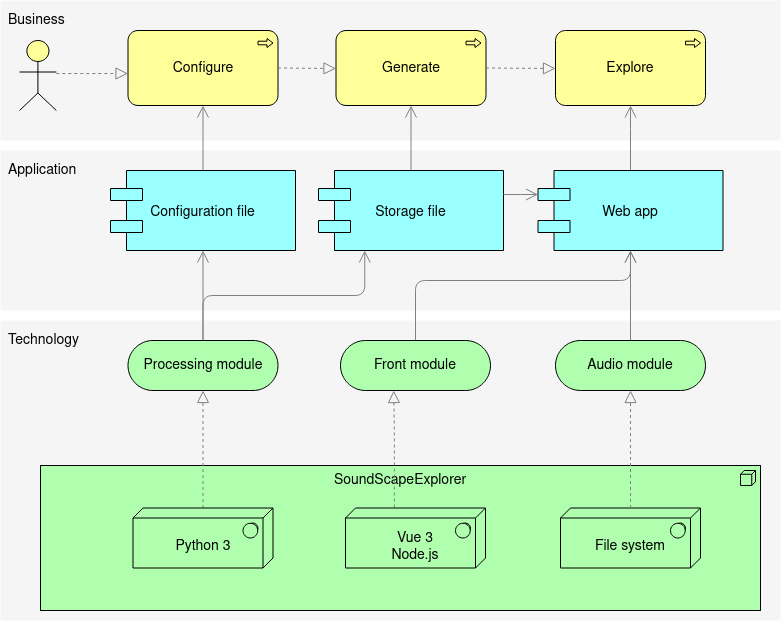
sound-scape-explorer/sound-scape-explorer keeps this draw.io diagram as assets/architecture.png. Above is the earlier version. Source tidied: cells renumbered, new cells last; positions are measured from the earlier drawing's top-left corner, leaving out a move shared by most shapes. Its diagram source:
```xml
<mxGraphModel>
  <root>
    <mxCell id="0" />
    <mxCell id="1" parent="0" />
    <mxCell id="2" style="whiteSpace=wrap;html=1;strokeColor=none;strokeWidth=1;fillColor=#f5f5f5;fontSize=14;" parent="1" vertex="1">
      <mxGeometry y="320" width="780" height="300" as="geometry" />
    </mxCell>
    <mxCell id="3" style="whiteSpace=wrap;html=1;strokeColor=none;strokeWidth=1;fillColor=#f5f5f5;fontSize=14;" parent="1" vertex="1">
      <mxGeometry y="150" width="780" height="160" as="geometry" />
    </mxCell>
    <mxCell id="4" style="whiteSpace=wrap;html=1;strokeColor=none;strokeWidth=1;fillColor=#f5f5f5;fontSize=14;" parent="1" vertex="1">
      <mxGeometry width="780" height="140" as="geometry" />
    </mxCell>
    <mxCell id="5" value="SoundScapeExplorer" style="html=1;whiteSpace=wrap;fillColor=#AFFFAF;shape=mxgraph.archimate3.application;appType=node;archiType=square;fontSize=14;verticalAlign=top;" parent="1" vertex="1">
      <mxGeometry x="40" y="465" width="720" height="145" as="geometry" />
    </mxCell>
    <mxCell id="6" style="edgeStyle=elbowEdgeStyle;rounded=1;elbow=vertical;html=1;startSize=10;endArrow=block;endFill=0;endSize=10;jettySize=auto;strokeColor=#808080;fontSize=14;dashed=1;" parent="1" edge="1" source="7" target="12">
      <mxGeometry relative="1" as="geometry" />
    </mxCell>
    <mxCell id="7" value="&lt;div&gt;&lt;br&gt;&lt;/div&gt;&lt;div&gt;Python 3&lt;br&gt;&lt;/div&gt;" style="html=1;whiteSpace=wrap;fillColor=#AFFFAF;shape=mxgraph.archimate3.tech;techType=sysSw;fontSize=14;" parent="1" vertex="1">
      <mxGeometry x="132.5" y="507.5" width="140" height="60" as="geometry" />
    </mxCell>
    <mxCell id="8" style="edgeStyle=elbowEdgeStyle;rounded=1;elbow=vertical;html=1;startSize=10;endArrow=block;endFill=0;endSize=10;jettySize=auto;strokeColor=#808080;fontSize=14;dashed=1;entryX=0.355;entryY=1.001;entryDx=0;entryDy=0;entryPerimeter=0;exitX=0.349;exitY=-0.008;exitDx=0;exitDy=0;exitPerimeter=0;" parent="1" edge="1" source="9" target="15">
      <mxGeometry relative="1" as="geometry">
        <Array as="points">
          <mxPoint x="410" y="430" />
        </Array>
      </mxGeometry>
    </mxCell>
    <mxCell id="9" value="&lt;div&gt;&lt;br&gt;&lt;/div&gt;&lt;div&gt;Vue 3&lt;/div&gt;&lt;div&gt;Node.js&lt;br&gt;&lt;/div&gt;" style="html=1;whiteSpace=wrap;fillColor=#AFFFAF;shape=mxgraph.archimate3.tech;techType=sysSw;fontSize=14;" parent="1" vertex="1">
      <mxGeometry x="345" y="507.5" width="140" height="60" as="geometry" />
    </mxCell>
    <mxCell id="10" style="edgeStyle=elbowEdgeStyle;rounded=1;elbow=vertical;html=1;startSize=10;endArrow=open;endFill=0;endSize=10;jettySize=auto;strokeColor=#808080;fontSize=14;entryX=0.25;entryY=1;" parent="1" edge="1" source="12" target="19">
      <mxGeometry relative="1" as="geometry" />
    </mxCell>
    <mxCell id="11" style="edgeStyle=elbowEdgeStyle;rounded=1;elbow=vertical;html=1;startSize=10;endArrow=open;endFill=0;endSize=10;jettySize=auto;strokeColor=#808080;fontSize=14;entryX=0.5;entryY=1;exitX=0.5;exitY=0;exitPerimeter=0;entryDx=0;entryDy=0;exitDx=0;exitDy=0;" parent="1" edge="1" source="12" target="17">
      <mxGeometry relative="1" as="geometry">
        <Array as="points">
          <mxPoint x="270" y="290" />
        </Array>
      </mxGeometry>
    </mxCell>
    <mxCell id="12" value="Processing module" style="html=1;whiteSpace=wrap;fillColor=#AFFFAF;shape=mxgraph.archimate3.service;fontSize=14;" parent="1" vertex="1">
      <mxGeometry x="127.5" y="340" width="150" height="50" as="geometry" />
    </mxCell>
    <mxCell id="13" style="edgeStyle=elbowEdgeStyle;rounded=1;elbow=vertical;html=1;startSize=10;endArrow=open;endFill=0;endSize=10;jettySize=auto;strokeColor=#808080;fontSize=14;exitX=0.5;exitY=0;exitDx=0;exitDy=0;exitPerimeter=0;entryX=0.5;entryY=1;entryDx=0;entryDy=0;" parent="1" edge="1" source="28" target="21">
      <mxGeometry relative="1" as="geometry">
        <Array as="points">
          <mxPoint x="660" y="280" />
        </Array>
      </mxGeometry>
    </mxCell>
    <mxCell id="14" style="edgeStyle=elbowEdgeStyle;rounded=1;elbow=vertical;html=1;startSize=10;endArrow=open;endFill=0;endSize=10;jettySize=auto;strokeColor=#808080;fontSize=14;entryX=0.5;entryY=1;exitX=0.5;exitY=0;exitPerimeter=0;exitDx=0;exitDy=0;" parent="1" edge="1" source="15" target="21">
      <mxGeometry relative="1" as="geometry">
        <Array as="points">
          <mxPoint x="620" y="280" />
        </Array>
      </mxGeometry>
    </mxCell>
    <mxCell id="15" value="Front module" style="html=1;whiteSpace=wrap;fillColor=#AFFFAF;shape=mxgraph.archimate3.service;fontSize=14;" parent="1" vertex="1">
      <mxGeometry x="340" y="340" width="150" height="50" as="geometry" />
    </mxCell>
    <mxCell id="16" style="edgeStyle=elbowEdgeStyle;rounded=1;elbow=vertical;html=1;startSize=10;endArrow=open;endFill=0;endSize=10;jettySize=auto;strokeColor=#808080;fontSize=14;" parent="1" edge="1" source="17" target="22">
      <mxGeometry relative="1" as="geometry" />
    </mxCell>
    <mxCell id="17" value="Configuration file" style="shape=component;align=center;fillColor=#99ffff;gradientColor=none;fontSize=14;portConstraintRotation=0;" parent="1" vertex="1">
      <mxGeometry x="110" y="170" width="185" height="80" as="geometry" />
    </mxCell>
    <mxCell id="18" style="edgeStyle=elbowEdgeStyle;rounded=1;elbow=vertical;html=1;startSize=10;endArrow=open;endFill=0;endSize=10;jettySize=auto;strokeColor=#808080;fontSize=14;" parent="1" edge="1" source="19" target="23">
      <mxGeometry relative="1" as="geometry" />
    </mxCell>
    <mxCell id="19" value="Storage file" style="shape=component;align=center;fillColor=#99ffff;gradientColor=none;fontSize=14;" parent="1" vertex="1">
      <mxGeometry x="318" y="170" width="185" height="80" as="geometry" />
    </mxCell>
    <mxCell id="20" style="edgeStyle=elbowEdgeStyle;rounded=1;elbow=vertical;html=1;startSize=10;endArrow=open;endFill=0;endSize=10;jettySize=auto;strokeColor=#808080;fontSize=14;" parent="1" edge="1" source="21" target="24">
      <mxGeometry relative="1" as="geometry" />
    </mxCell>
    <mxCell id="21" value="Web app" style="shape=component;align=center;fillColor=#99ffff;gradientColor=none;fontSize=14;" parent="1" vertex="1">
      <mxGeometry x="537.5" y="170" width="185" height="80" as="geometry" />
    </mxCell>
    <mxCell id="22" value="Configure" style="html=1;whiteSpace=wrap;fillColor=#ffff99;shape=mxgraph.archimate3.application;appType=proc;archiType=rounded;fontSize=14;" parent="1" vertex="1">
      <mxGeometry x="127.5" y="30" width="150" height="75" as="geometry" />
    </mxCell>
    <mxCell id="23" value="Generate" style="html=1;whiteSpace=wrap;fillColor=#ffff99;shape=mxgraph.archimate3.application;appType=proc;archiType=rounded;fontSize=14;" parent="1" vertex="1">
      <mxGeometry x="335.5" y="30" width="150" height="75" as="geometry" />
    </mxCell>
    <mxCell id="24" value="Explore" style="html=1;whiteSpace=wrap;fillColor=#ffff99;shape=mxgraph.archimate3.application;appType=proc;archiType=rounded;fontSize=14;" parent="1" vertex="1">
      <mxGeometry x="555" y="30" width="150" height="75" as="geometry" />
    </mxCell>
    <mxCell id="25" value="Technology" style="text;html=1;strokeColor=none;fillColor=none;align=left;verticalAlign=middle;whiteSpace=wrap;fontSize=14;" parent="1" vertex="1">
      <mxGeometry x="6" y="330" width="76" height="20" as="geometry" />
    </mxCell>
    <mxCell id="26" style="edgeStyle=elbowEdgeStyle;rounded=1;elbow=vertical;html=1;dashed=1;startSize=10;endArrow=block;endFill=0;endSize=10;jettySize=auto;strokeColor=#808080;fontSize=14;" parent="1" edge="1" source="27" target="22">
      <mxGeometry relative="1" as="geometry" />
    </mxCell>
    <mxCell id="27" style="html=1;whiteSpace=wrap;fillColor=#ffff99;shape=mxgraph.archimate3.actor;fontSize=14;" parent="1" vertex="1">
      <mxGeometry x="19" y="40" width="36.8" height="70" as="geometry" />
    </mxCell>
    <mxCell id="28" value="Audio module" style="html=1;whiteSpace=wrap;fillColor=#AFFFAF;shape=mxgraph.archimate3.service;fontSize=14;" parent="1" vertex="1">
      <mxGeometry x="555" y="340" width="150" height="50" as="geometry" />
    </mxCell>
    <mxCell id="29" value="&lt;div&gt;&lt;br&gt;&lt;/div&gt;&lt;div&gt;File system&lt;br&gt;&lt;/div&gt;" style="html=1;whiteSpace=wrap;fillColor=#AFFFAF;shape=mxgraph.archimate3.tech;techType=sysSw;fontSize=14;" parent="1" vertex="1">
      <mxGeometry x="560" y="507.5" width="140" height="60" as="geometry" />
    </mxCell>
    <mxCell id="30" style="edgeStyle=elbowEdgeStyle;rounded=1;elbow=vertical;html=1;startSize=10;endArrow=block;endFill=0;endSize=10;jettySize=auto;strokeColor=#808080;fontSize=14;dashed=1;exitX=0.5;exitY=0;exitDx=0;exitDy=0;exitPerimeter=0;entryX=0.5;entryY=1;entryDx=0;entryDy=0;entryPerimeter=0;" parent="1" edge="1" source="29" target="28">
      <mxGeometry relative="1" as="geometry" />
    </mxCell>
    <mxCell id="31" value="Application" style="text;html=1;strokeColor=none;fillColor=none;align=left;verticalAlign=middle;whiteSpace=wrap;fontSize=14;" parent="1" vertex="1">
      <mxGeometry x="6" y="160" width="76" height="20" as="geometry" />
    </mxCell>
    <mxCell id="32" value="Business" style="text;html=1;strokeColor=none;fillColor=none;align=left;verticalAlign=middle;whiteSpace=wrap;fontSize=14;" parent="1" vertex="1">
      <mxGeometry x="6" y="10" width="76" height="20" as="geometry" />
    </mxCell>
    <mxCell id="33" style="edgeStyle=elbowEdgeStyle;rounded=1;elbow=vertical;html=1;dashed=1;startSize=10;endArrow=block;endFill=0;endSize=10;jettySize=auto;strokeColor=#808080;fontSize=14;entryX=0;entryY=0.5;entryDx=0;entryDy=0;entryPerimeter=0;exitX=1;exitY=0.5;exitDx=0;exitDy=0;exitPerimeter=0;" parent="1" edge="1" source="22" target="23">
      <mxGeometry relative="1" as="geometry" />
    </mxCell>
    <mxCell id="34" style="edgeStyle=elbowEdgeStyle;rounded=1;elbow=vertical;html=1;dashed=1;startSize=10;endArrow=block;endFill=0;endSize=10;jettySize=auto;strokeColor=#808080;fontSize=14;entryX=0;entryY=0.5;entryDx=0;entryDy=0;entryPerimeter=0;exitX=1;exitY=0.5;exitDx=0;exitDy=0;exitPerimeter=0;" parent="1" edge="1" source="23" target="24">
      <mxGeometry relative="1" as="geometry" />
    </mxCell>
    <mxCell id="35" style="edgeStyle=elbowEdgeStyle;rounded=1;elbow=vertical;html=1;startSize=10;endArrow=open;endFill=0;endSize=10;jettySize=auto;strokeColor=#808080;fontSize=14;entryX=0;entryY=0.3;entryDx=0;entryDy=0;" parent="1" edge="1" target="21">
      <mxGeometry relative="1" as="geometry">
        <mxPoint x="503" y="194" as="sourcePoint" />
        <Array as="points">
          <mxPoint x="520" y="194" />
        </Array>
      </mxGeometry>
    </mxCell>
  </root>
</mxGraphModel>
```
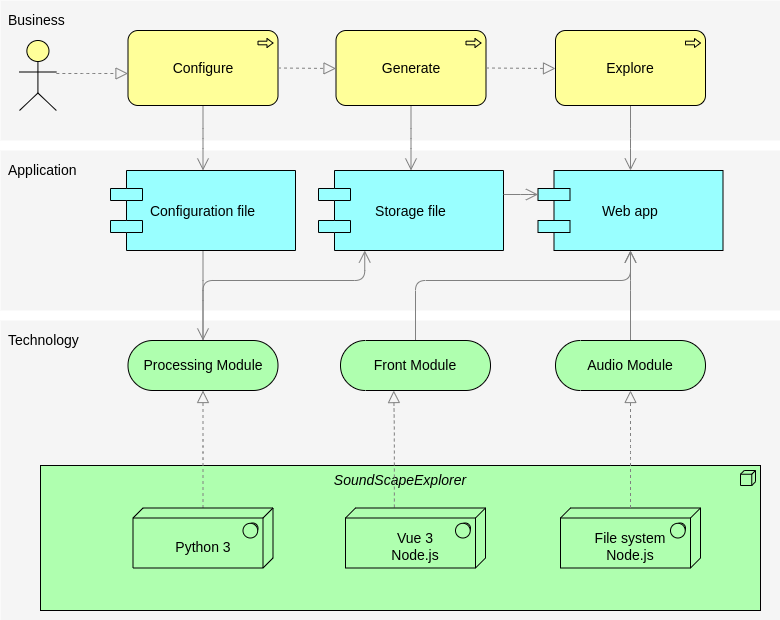
Later version of the same file.

Change to the diagram source:
```diff
@@ -11,7 +11,7 @@
     <mxCell id="4" style="whiteSpace=wrap;html=1;strokeColor=none;strokeWidth=1;fillColor=#f5f5f5;fontSize=14;" parent="1" vertex="1">
       <mxGeometry width="780" height="140" as="geometry" />
     </mxCell>
-    <mxCell id="5" value="SoundScapeExplorer" style="html=1;whiteSpace=wrap;fillColor=#AFFFAF;shape=mxgraph.archimate3.application;appType=node;archiType=square;fontSize=14;verticalAlign=top;" parent="1" vertex="1">
+    <mxCell id="5" value="&lt;i&gt;SoundScapeExplorer&lt;/i&gt;" style="html=1;whiteSpace=wrap;fillColor=#AFFFAF;shape=mxgraph.archimate3.application;appType=node;archiType=square;fontSize=14;verticalAlign=top;" parent="1" vertex="1">
       <mxGeometry x="40" y="465" width="720" height="145" as="geometry" />
     </mxCell>
     <mxCell id="6" style="edgeStyle=elbowEdgeStyle;rounded=1;elbow=vertical;html=1;startSize=10;endArrow=block;endFill=0;endSize=10;jettySize=auto;strokeColor=#808080;fontSize=14;dashed=1;" parent="1" edge="1" source="7" target="12">
@@ -30,17 +30,21 @@
     <mxCell id="9" value="&lt;div&gt;&lt;br&gt;&lt;/div&gt;&lt;div&gt;Vue 3&lt;/div&gt;&lt;div&gt;Node.js&lt;br&gt;&lt;/div&gt;" style="html=1;whiteSpace=wrap;fillColor=#AFFFAF;shape=mxgraph.archimate3.tech;techType=sysSw;fontSize=14;" parent="1" vertex="1">
       <mxGeometry x="345" y="507.5" width="140" height="60" as="geometry" />
     </mxCell>
-    <mxCell id="10" style="edgeStyle=elbowEdgeStyle;rounded=1;elbow=vertical;html=1;startSize=10;endArrow=open;endFill=0;endSize=10;jettySize=auto;strokeColor=#808080;fontSize=14;entryX=0.25;entryY=1;" parent="1" edge="1" source="12" target="19">
-      <mxGeometry relative="1" as="geometry" />
+    <mxCell id="10" style="edgeStyle=elbowEdgeStyle;rounded=1;elbow=vertical;html=1;startSize=10;endArrow=open;endFill=0;endSize=10;jettySize=auto;strokeColor=#808080;fontSize=14;entryX=0.25;entryY=1;startArrow=none;startFill=0;" parent="1" edge="1" source="12" target="19">
+      <mxGeometry relative="1" as="geometry">
+        <Array as="points">
+          <mxPoint x="290" y="280" />
+        </Array>
+      </mxGeometry>
     </mxCell>
-    <mxCell id="11" style="edgeStyle=elbowEdgeStyle;rounded=1;elbow=vertical;html=1;startSize=10;endArrow=open;endFill=0;endSize=10;jettySize=auto;strokeColor=#808080;fontSize=14;entryX=0.5;entryY=1;exitX=0.5;exitY=0;exitPerimeter=0;entryDx=0;entryDy=0;exitDx=0;exitDy=0;" parent="1" edge="1" source="12" target="17">
+    <mxCell id="11" style="edgeStyle=elbowEdgeStyle;rounded=1;elbow=vertical;html=1;startSize=10;endArrow=none;endFill=0;endSize=10;jettySize=auto;strokeColor=#808080;fontSize=14;entryX=0.5;entryY=1;exitX=0.5;exitY=0;exitPerimeter=0;entryDx=0;entryDy=0;exitDx=0;exitDy=0;startArrow=open;startFill=0;" parent="1" edge="1" source="12" target="17">
       <mxGeometry relative="1" as="geometry">
         <Array as="points">
           <mxPoint x="270" y="290" />
         </Array>
       </mxGeometry>
     </mxCell>
-    <mxCell id="12" value="Processing module" style="html=1;whiteSpace=wrap;fillColor=#AFFFAF;shape=mxgraph.archimate3.service;fontSize=14;" parent="1" vertex="1">
+    <mxCell id="12" value="Processing Module" style="html=1;whiteSpace=wrap;fillColor=#AFFFAF;shape=mxgraph.archimate3.service;fontSize=14;" parent="1" vertex="1">
       <mxGeometry x="127.5" y="340" width="150" height="50" as="geometry" />
     </mxCell>
     <mxCell id="13" style="edgeStyle=elbowEdgeStyle;rounded=1;elbow=vertical;html=1;startSize=10;endArrow=open;endFill=0;endSize=10;jettySize=auto;strokeColor=#808080;fontSize=14;exitX=0.5;exitY=0;exitDx=0;exitDy=0;exitPerimeter=0;entryX=0.5;entryY=1;entryDx=0;entryDy=0;" parent="1" edge="1" source="28" target="21">
@@ -53,26 +57,26 @@
     <mxCell id="14" style="edgeStyle=elbowEdgeStyle;rounded=1;elbow=vertical;html=1;startSize=10;endArrow=open;endFill=0;endSize=10;jettySize=auto;strokeColor=#808080;fontSize=14;entryX=0.5;entryY=1;exitX=0.5;exitY=0;exitPerimeter=0;exitDx=0;exitDy=0;" parent="1" edge="1" source="15" target="21">
       <mxGeometry relative="1" as="geometry">
         <Array as="points">
-          <mxPoint x="620" y="280" />
+          <mxPoint x="520" y="280" />
         </Array>
       </mxGeometry>
     </mxCell>
-    <mxCell id="15" value="Front module" style="html=1;whiteSpace=wrap;fillColor=#AFFFAF;shape=mxgraph.archimate3.service;fontSize=14;" parent="1" vertex="1">
+    <mxCell id="15" value="Front Module" style="html=1;whiteSpace=wrap;fillColor=#AFFFAF;shape=mxgraph.archimate3.service;fontSize=14;" parent="1" vertex="1">
       <mxGeometry x="340" y="340" width="150" height="50" as="geometry" />
     </mxCell>
-    <mxCell id="16" style="edgeStyle=elbowEdgeStyle;rounded=1;elbow=vertical;html=1;startSize=10;endArrow=open;endFill=0;endSize=10;jettySize=auto;strokeColor=#808080;fontSize=14;" parent="1" edge="1" source="17" target="22">
+    <mxCell id="16" style="edgeStyle=elbowEdgeStyle;rounded=1;elbow=vertical;html=1;startSize=10;endArrow=none;endFill=0;endSize=10;jettySize=auto;strokeColor=#808080;fontSize=14;startArrow=open;startFill=0;" parent="1" edge="1" source="17" target="22">
       <mxGeometry relative="1" as="geometry" />
     </mxCell>
     <mxCell id="17" value="Configuration file" style="shape=component;align=center;fillColor=#99ffff;gradientColor=none;fontSize=14;portConstraintRotation=0;" parent="1" vertex="1">
       <mxGeometry x="110" y="170" width="185" height="80" as="geometry" />
     </mxCell>
-    <mxCell id="18" style="edgeStyle=elbowEdgeStyle;rounded=1;elbow=vertical;html=1;startSize=10;endArrow=open;endFill=0;endSize=10;jettySize=auto;strokeColor=#808080;fontSize=14;" parent="1" edge="1" source="19" target="23">
+    <mxCell id="18" style="edgeStyle=elbowEdgeStyle;rounded=1;elbow=vertical;html=1;startSize=10;endArrow=none;endFill=0;endSize=10;jettySize=auto;strokeColor=#808080;fontSize=14;startArrow=open;startFill=0;" parent="1" edge="1" source="19" target="23">
       <mxGeometry relative="1" as="geometry" />
     </mxCell>
     <mxCell id="19" value="Storage file" style="shape=component;align=center;fillColor=#99ffff;gradientColor=none;fontSize=14;" parent="1" vertex="1">
       <mxGeometry x="318" y="170" width="185" height="80" as="geometry" />
     </mxCell>
-    <mxCell id="20" style="edgeStyle=elbowEdgeStyle;rounded=1;elbow=vertical;html=1;startSize=10;endArrow=open;endFill=0;endSize=10;jettySize=auto;strokeColor=#808080;fontSize=14;" parent="1" edge="1" source="21" target="24">
+    <mxCell id="20" style="edgeStyle=elbowEdgeStyle;rounded=1;elbow=vertical;html=1;startSize=10;endArrow=none;endFill=0;endSize=10;jettySize=auto;strokeColor=#808080;fontSize=14;startArrow=open;startFill=0;" parent="1" edge="1" source="21" target="24">
       <mxGeometry relative="1" as="geometry" />
     </mxCell>
     <mxCell id="21" value="Web app" style="shape=component;align=center;fillColor=#99ffff;gradientColor=none;fontSize=14;" parent="1" vertex="1">
@@ -96,10 +100,10 @@
     <mxCell id="27" style="html=1;whiteSpace=wrap;fillColor=#ffff99;shape=mxgraph.archimate3.actor;fontSize=14;" parent="1" vertex="1">
       <mxGeometry x="19" y="40" width="36.8" height="70" as="geometry" />
     </mxCell>
-    <mxCell id="28" value="Audio module" style="html=1;whiteSpace=wrap;fillColor=#AFFFAF;shape=mxgraph.archimate3.service;fontSize=14;" parent="1" vertex="1">
+    <mxCell id="28" value="Audio Module" style="html=1;whiteSpace=wrap;fillColor=#AFFFAF;shape=mxgraph.archimate3.service;fontSize=14;" parent="1" vertex="1">
       <mxGeometry x="555" y="340" width="150" height="50" as="geometry" />
     </mxCell>
-    <mxCell id="29" value="&lt;div&gt;&lt;br&gt;&lt;/div&gt;&lt;div&gt;File system&lt;br&gt;&lt;/div&gt;" style="html=1;whiteSpace=wrap;fillColor=#AFFFAF;shape=mxgraph.archimate3.tech;techType=sysSw;fontSize=14;" parent="1" vertex="1">
+    <mxCell id="29" value="&lt;div&gt;&lt;br&gt;&lt;/div&gt;&lt;div&gt;File system&lt;br&gt;&lt;/div&gt;&lt;div&gt;Node.js&lt;/div&gt;" style="html=1;whiteSpace=wrap;fillColor=#AFFFAF;shape=mxgraph.archimate3.tech;techType=sysSw;fontSize=14;" parent="1" vertex="1">
       <mxGeometry x="560" y="507.5" width="140" height="60" as="geometry" />
     </mxCell>
     <mxCell id="30" style="edgeStyle=elbowEdgeStyle;rounded=1;elbow=vertical;html=1;startSize=10;endArrow=block;endFill=0;endSize=10;jettySize=auto;strokeColor=#808080;fontSize=14;dashed=1;exitX=0.5;exitY=0;exitDx=0;exitDy=0;exitPerimeter=0;entryX=0.5;entryY=1;entryDx=0;entryDy=0;entryPerimeter=0;" parent="1" edge="1" source="29" target="28">
```
